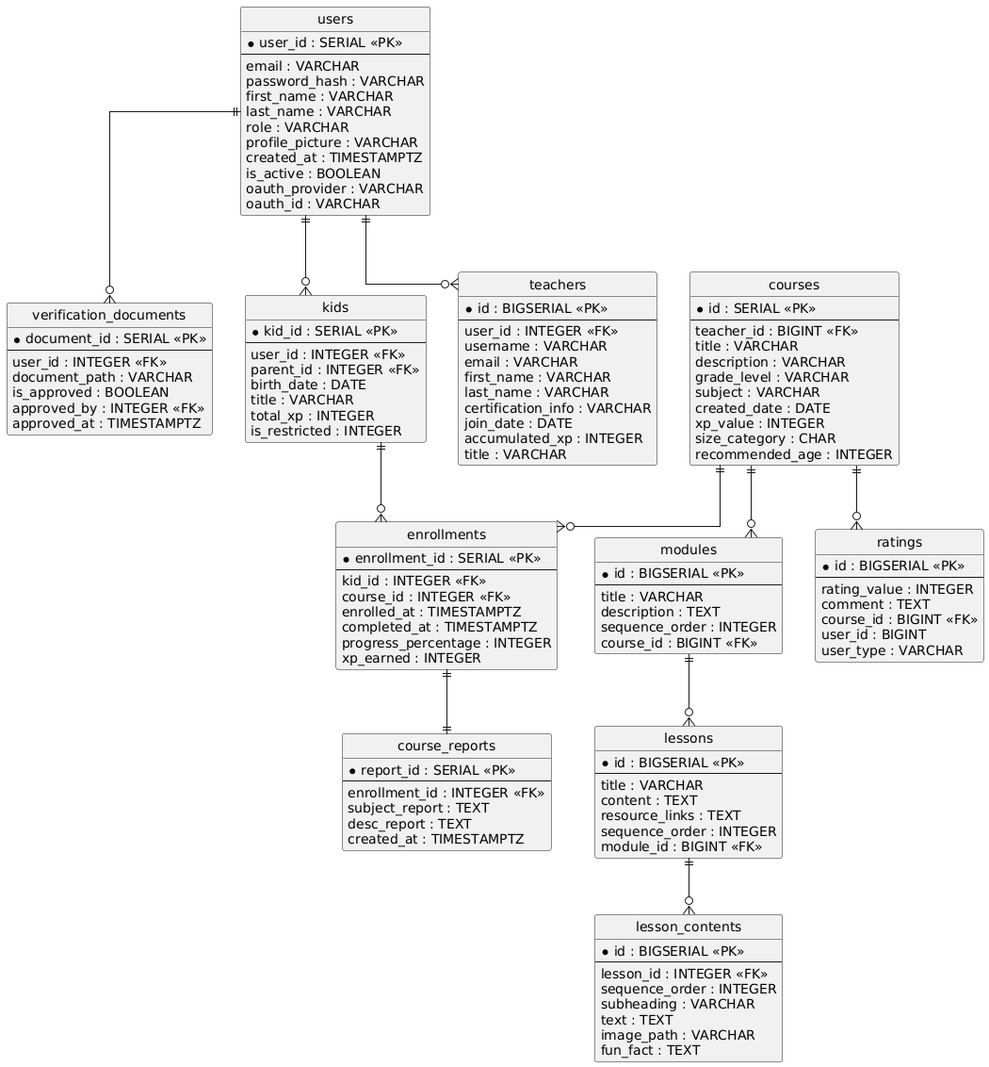
Above: db_diagram_nova_pioneers.png in m-elhamlaoui/development-platform-nova-pioneers (PlantUML), before the change.
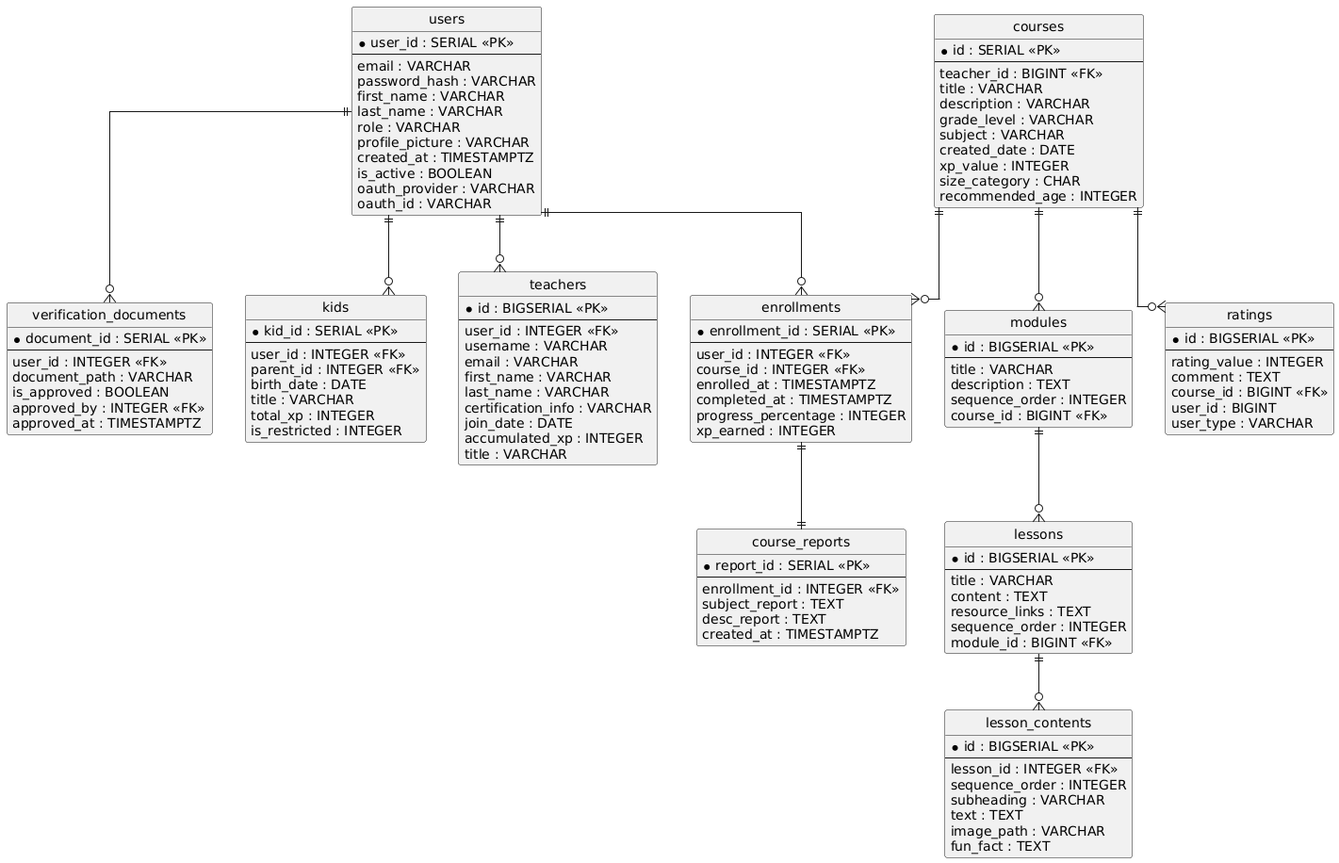
After the commit.

Commit message:
replace kid_id with user_id

The edit, as a diff of the source:
```diff
@@ -109,7 +109,7 @@
 entity "enrollments" as enrollments {
   * enrollment_id : SERIAL <<PK>>
   --
-  kid_id : INTEGER <<FK>>
+  user_id : INTEGER <<FK>>
   course_id : INTEGER <<FK>>
   enrolled_at : TIMESTAMPTZ
   completed_at : TIMESTAMPTZ
@@ -129,7 +129,7 @@
 users ||--o{ verification_documents
 users ||--o{ kids
 users ||--o{ teachers
-kids ||--o{ enrollments
+users ||--o{ enrollments
 courses ||--o{ enrollments
 courses ||--o{ modules
 modules ||--o{ lessons
```
